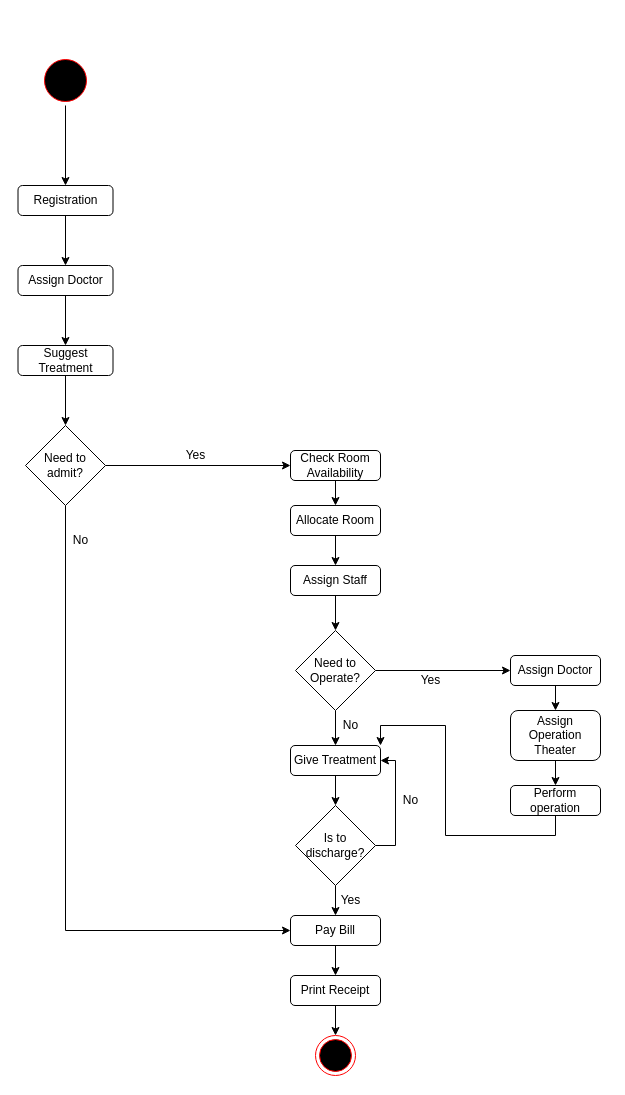
Before: Hospital_Management_System.drawio in CRAZY-BRITI/Activity_Diagram, a draw.io diagram. Source tidied: cells renumbered, new cells numbered last; positions are measured from the earlier drawing's top-left corner, leaving out a move shared by most shapes. Both pictures are drawn from the tidied source at 100%, with x=0, y=0 at pixel (18, 55).
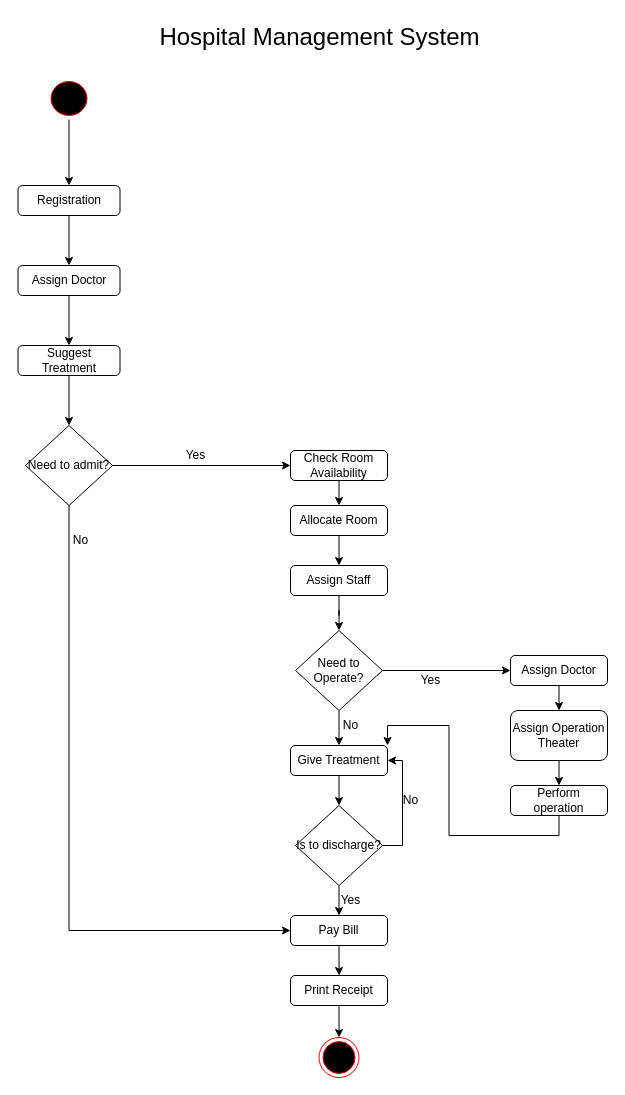
Above is the later version.

Change to the diagram source:
```diff
@@
     <mxCell id="3" style="ellipse;html=1;shape=startState;fillColor=#000000;strokeColor=#ff0000;" parent="1" vertex="1">
-      <mxGeometry x="22" width="50" height="50" as="geometry" />
+      <mxGeometry x="28.5" y="22" width="44" height="42" as="geometry" />
     </mxCell>
@@
     <mxCell id="5" value="Registration" style="rounded=1;whiteSpace=wrap;html=1;" parent="1" vertex="1">
-      <mxGeometry x="-0.5" y="130" width="95" height="30" as="geometry" />
+      <mxGeometry x="-0.5" y="130" width="102" height="30" as="geometry" />
     </mxCell>
@@
     <mxCell id="7" value="Assign Doctor" style="rounded=1;whiteSpace=wrap;html=1;" parent="1" vertex="1">
-      <mxGeometry x="-0.5" y="210" width="95" height="30" as="geometry" />
+      <mxGeometry x="-0.5" y="210" width="102" height="30" as="geometry" />
     </mxCell>
@@
     <mxCell id="9" value="Suggest Treatment" style="rounded=1;whiteSpace=wrap;html=1;" parent="1" vertex="1">
-      <mxGeometry x="-0.5" y="290" width="95" height="30" as="geometry" />
+      <mxGeometry x="-0.5" y="290" width="102" height="30" as="geometry" />
     </mxCell>
@@
     <mxCell id="12" value="Need to admit?" style="rhombus;whiteSpace=wrap;html=1;" parent="1" vertex="1">
-      <mxGeometry x="7" y="370" width="80" height="80" as="geometry" />
+      <mxGeometry x="7" y="370" width="87" height="80" as="geometry" />
     </mxCell>
@@
     <mxCell id="16" value="Check Room Availability" style="rounded=1;whiteSpace=wrap;html=1;" parent="1" vertex="1">
-      <mxGeometry x="272" y="395" width="90" height="30" as="geometry" />
+      <mxGeometry x="272" y="395" width="97" height="30" as="geometry" />
     </mxCell>
@@
     <mxCell id="18" value="Allocate Room" style="rounded=1;whiteSpace=wrap;html=1;" parent="1" vertex="1">
-      <mxGeometry x="272" y="450" width="90" height="30" as="geometry" />
+      <mxGeometry x="272" y="450" width="97" height="30" as="geometry" />
     </mxCell>
@@
     <mxCell id="20" value="Assign Staff" style="rounded=1;whiteSpace=wrap;html=1;" parent="1" vertex="1">
-      <mxGeometry x="272" y="510" width="90" height="30" as="geometry" />
+      <mxGeometry x="272" y="510" width="97" height="30" as="geometry" />
     </mxCell>
@@
     <mxCell id="23" value="Need to Operate?" style="rhombus;whiteSpace=wrap;html=1;" parent="1" vertex="1">
-      <mxGeometry x="277" y="575" width="80" height="80" as="geometry" />
+      <mxGeometry x="277" y="575" width="87" height="80" as="geometry" />
     </mxCell>
@@
     <mxCell id="27" value="Assign Doctor" style="rounded=1;whiteSpace=wrap;html=1;" parent="1" vertex="1">
-      <mxGeometry x="492" y="600" width="90" height="30" as="geometry" />
+      <mxGeometry x="492" y="600" width="97" height="30" as="geometry" />
     </mxCell>
@@
     <mxCell id="29" value="Assign Operation Theater" style="rounded=1;whiteSpace=wrap;html=1;" parent="1" vertex="1">
-      <mxGeometry x="492" y="655" width="90" height="50" as="geometry" />
+      <mxGeometry x="492" y="655" width="97" height="50" as="geometry" />
     </mxCell>
@@
     <mxCell id="31" value="Perform operation" style="rounded=1;whiteSpace=wrap;html=1;" parent="1" vertex="1">
-      <mxGeometry x="492" y="730" width="90" height="30" as="geometry" />
+      <mxGeometry x="492" y="730" width="97" height="30" as="geometry" />
     </mxCell>
@@
     <mxCell id="33" value="Give Treatment" style="rounded=1;whiteSpace=wrap;html=1;" parent="1" vertex="1">
-      <mxGeometry x="272" y="690" width="90" height="30" as="geometry" />
+      <mxGeometry x="272" y="690" width="97" height="30" as="geometry" />
     </mxCell>
@@
     <mxCell id="36" value="Is to discharge?" style="rhombus;whiteSpace=wrap;html=1;" parent="1" vertex="1">
-      <mxGeometry x="277" y="750" width="80" height="80" as="geometry" />
+      <mxGeometry x="277" y="750" width="87" height="80" as="geometry" />
     </mxCell>
@@
     <mxCell id="38" value="Pay Bill" style="rounded=1;whiteSpace=wrap;html=1;" parent="1" vertex="1">
-      <mxGeometry x="272" y="860" width="90" height="30" as="geometry" />
+      <mxGeometry x="272" y="860" width="97" height="30" as="geometry" />
     </mxCell>
-    <mxCell id="39" style="edgeStyle=orthogonalEdgeStyle;rounded=0;jettySize=auto;html=1;exitX=0.5;exitY=1;exitDx=0;exitDy=0;entryX=0.5;entryY=0;entryDx=0;entryDy=0;" parent="1" edge="1" source="40" target="41">
+    <mxCell id="39" style="edgeStyle=orthogonalEdgeStyle;rounded=0;jettySize=auto;html=1;exitX=0.5;exitY=1;exitDx=0;exitDy=0;entryX=0.5;entryY=0;entryDx=0;entryDy=0;" parent="1" edge="1" source="40" target="44">
       <mxGeometry relative="1" as="geometry" />
     </mxCell>
     <mxCell id="40" value="Print Receipt" style="rounded=1;whiteSpace=wrap;html=1;" parent="1" vertex="1">
-      <mxGeometry x="272" y="920" width="90" height="30" as="geometry" />
+      <mxGeometry x="272" y="920" width="97" height="30" as="geometry" />
     </mxCell>
-    <mxCell id="41" style="ellipse;html=1;shape=endState;fillColor=#000000;strokeColor=#ff0000;" parent="1" vertex="1">
-      <mxGeometry x="297" y="980" width="40" height="40" as="geometry" />
-    </mxCell>
@@
+    <mxCell id="44" style="ellipse;html=1;shape=endState;fillColor=#000000;strokeColor=#ff0000;" parent="1" vertex="1">
+      <mxGeometry x="300.5" y="982" width="40" height="40" as="geometry" />
+    </mxCell>
+    <mxCell id="45" value="&lt;font style=&quot;font-size: 24px;&quot;&gt;Hospital Management System&lt;/font&gt;" style="text;html=1;align=center;verticalAlign=middle;strokeColor=none;fillColor=none;" parent="1" vertex="1">
+      <mxGeometry x="131" y="-38" width="340" height="40" as="geometry" />
+    </mxCell>
```
